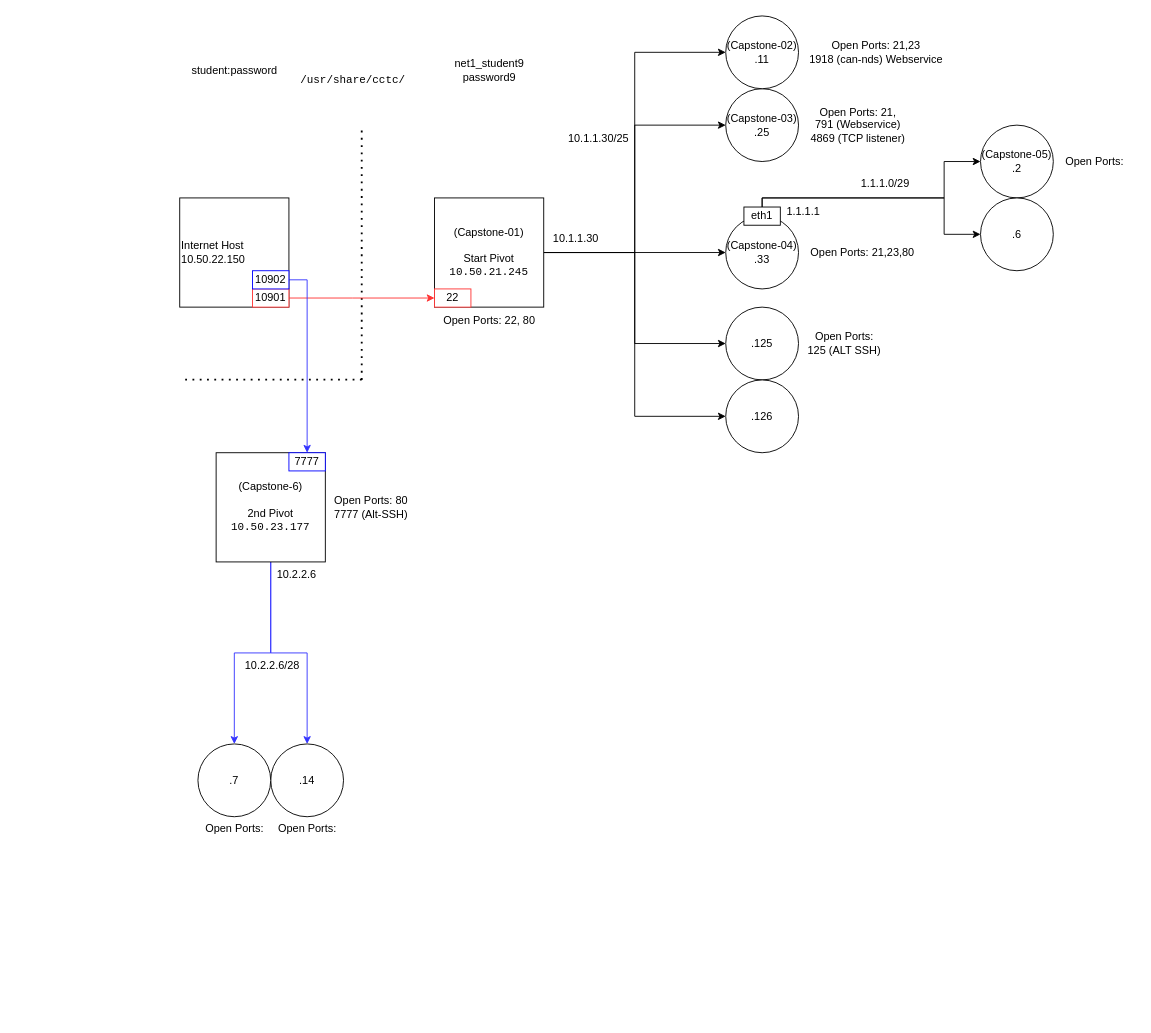
Earlier version of the draw.io diagram page "Capstone" (5 of 5) of Networking/Day 5/Untitled Diagram.drawio (LukeaBrown/COSC). Source tidied: cells renumbered, new cells numbered last; positions are measured from the earlier drawing's top-left corner, leaving out a move shared by most shapes. Both pictures are drawn from the tidied source at 91%, with x=0, y=0 at pixel (179, 15).
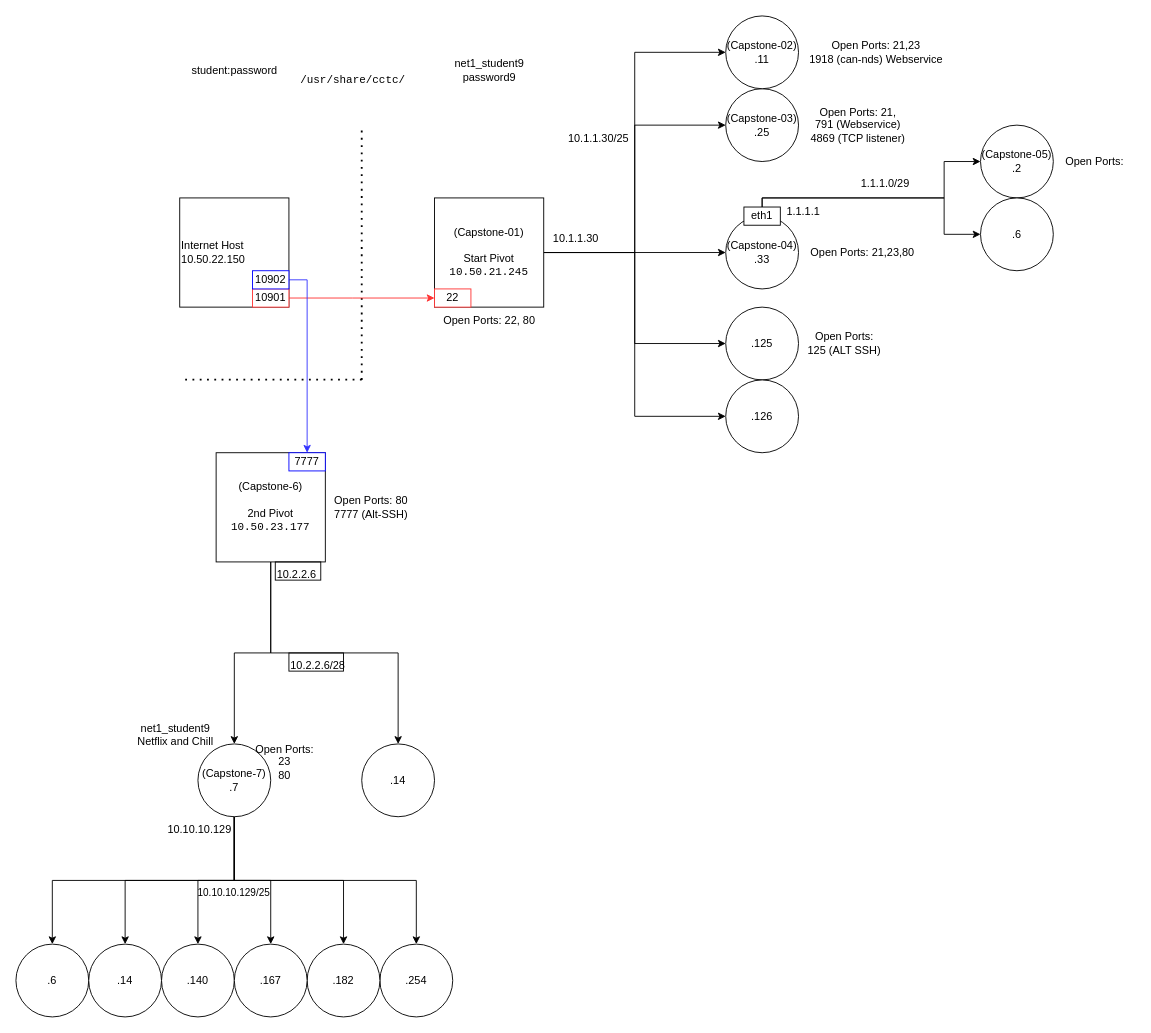
The same page after the edit.

The change refers to these unchanged cells:
```xml
<mxCell id="39" value="&lt;div&gt;(Capstone-6)&lt;/div&gt;&lt;div&gt;&lt;br&gt;&lt;/div&gt;&lt;div&gt;2nd Pivot&lt;br&gt;&lt;/div&gt;&lt;div&gt;&lt;code&gt;10.50.23.177&lt;/code&gt;&lt;/div&gt;" style="whiteSpace=wrap;html=1;strokeColor=#000000;" parent="1" vertex="1">
  <mxGeometry x="40" y="480" width="120" height="120" as="geometry" />
</mxCell>
```

The edit, as a diff of the source:
```diff
@@
-    <mxCell id="36" value="10.2.2.6/28" style="text;whiteSpace=wrap;html=1;" parent="1" vertex="1">
-      <mxGeometry x="70" y="700" width="60" height="20" as="geometry" />
+    <mxCell id="36" value="10.2.2.6/28" style="text;whiteSpace=wrap;html=1;strokeColor=#000000;" parent="1" vertex="1">
+      <mxGeometry x="120" y="700" width="60" height="20" as="geometry" />
     </mxCell>
-    <mxCell id="37" style="edgeStyle=orthogonalEdgeStyle;rounded=0;jettySize=auto;html=1;strokeColor=#3333FF;entryX=0.5;entryY=0;entryDx=0;entryDy=0;" parent="1" edge="1" source="39" target="45">
+    <mxCell id="37" style="edgeStyle=orthogonalEdgeStyle;rounded=0;jettySize=auto;html=1;strokeColor=#000000;entryX=0.5;entryY=0;entryDx=0;entryDy=0;" parent="1" edge="1" source="39" target="45">
       <mxGeometry relative="1" as="geometry" />
     </mxCell>
-    <mxCell id="38" style="edgeStyle=orthogonalEdgeStyle;rounded=0;jettySize=auto;html=1;entryX=0.5;entryY=0;entryDx=0;entryDy=0;strokeColor=#3333FF;" parent="1" edge="1" source="39" target="44">
-      <mxGeometry relative="1" as="geometry" />
+    <mxCell id="38" style="edgeStyle=orthogonalEdgeStyle;rounded=0;jettySize=auto;html=1;entryX=0.5;entryY=0;entryDx=0;entryDy=0;strokeColor=#000000;" parent="1" edge="1" source="39" target="44">
+      <mxGeometry relative="1" as="geometry">
+        <Array as="points">
+          <mxPoint x="100" y="700" />
+          <mxPoint x="240" y="700" />
+        </Array>
+      </mxGeometry>
     </mxCell>
@@
-    <mxCell id="43" value="10.2.2.6" style="text;whiteSpace=wrap;html=1;" parent="1" vertex="1">
+    <mxCell id="43" value="10.2.2.6" style="text;whiteSpace=wrap;html=1;strokeColor=#000000;" parent="1" vertex="1">
       <mxGeometry x="105" y="600" width="50" height="20" as="geometry" />
     </mxCell>
     <mxCell id="44" value=".14" style="ellipse;whiteSpace=wrap;html=1;strokeColor=#000000;" parent="1" vertex="1">
-      <mxGeometry x="100" y="800" width="80" height="80" as="geometry" />
+      <mxGeometry x="200" y="800" width="80" height="80" as="geometry" />
     </mxCell>
+    <mxCell id="51" style="edgeStyle=orthogonalEdgeStyle;rounded=0;jettySize=auto;html=1;entryX=0.5;entryY=0;entryDx=0;entryDy=0;strokeColor=#000000;" parent="1" edge="1" source="45" target="60">
+      <mxGeometry relative="1" as="geometry">
+        <Array as="points">
+          <mxPoint x="60" y="950" />
+          <mxPoint x="-140" y="950" />
+        </Array>
+      </mxGeometry>
+    </mxCell>
+    <mxCell id="52" style="edgeStyle=orthogonalEdgeStyle;rounded=0;jettySize=auto;html=1;strokeColor=#000000;" parent="1" edge="1" source="45" target="62">
+      <mxGeometry relative="1" as="geometry" />
+    </mxCell>
+    <mxCell id="53" style="edgeStyle=orthogonalEdgeStyle;rounded=0;jettySize=auto;html=1;strokeColor=#000000;" parent="1" edge="1" source="45" target="65">
+      <mxGeometry relative="1" as="geometry" />
+    </mxCell>
+    <mxCell id="54" style="edgeStyle=orthogonalEdgeStyle;rounded=0;jettySize=auto;html=1;entryX=0.5;entryY=0;entryDx=0;entryDy=0;strokeColor=#000000;" parent="1" edge="1" source="45" target="64">
+      <mxGeometry relative="1" as="geometry">
+        <Array as="points">
+          <mxPoint x="60" y="950" />
+          <mxPoint x="180" y="950" />
+        </Array>
+      </mxGeometry>
+    </mxCell>
+    <mxCell id="55" style="edgeStyle=orthogonalEdgeStyle;rounded=0;jettySize=auto;html=1;entryX=0.5;entryY=0;entryDx=0;entryDy=0;strokeColor=#000000;" parent="1" edge="1" source="45" target="59">
+      <mxGeometry relative="1" as="geometry">
+        <Array as="points">
+          <mxPoint x="60" y="950" />
+          <mxPoint x="260" y="950" />
+        </Array>
+      </mxGeometry>
+    </mxCell>
+    <mxCell id="56" style="edgeStyle=orthogonalEdgeStyle;rounded=0;jettySize=auto;html=1;entryX=0.5;entryY=0;entryDx=0;entryDy=0;strokeColor=#000000;" parent="1" edge="1" source="45" target="63">
+      <mxGeometry relative="1" as="geometry">
+        <Array as="points">
+          <mxPoint x="60" y="950" />
+          <mxPoint x="-60" y="950" />
+        </Array>
+      </mxGeometry>
+    </mxCell>
-    <mxCell id="45" value=".7" style="ellipse;whiteSpace=wrap;html=1;strokeColor=#000000;" parent="1" vertex="1">
+    <mxCell id="45" value="&lt;div&gt;(Capstone-7)&lt;br&gt;&lt;/div&gt;&lt;div&gt;.7&lt;/div&gt;" style="ellipse;whiteSpace=wrap;html=1;strokeColor=#000000;" parent="1" vertex="1">
       <mxGeometry x="20" y="800" width="80" height="80" as="geometry" />
     </mxCell>
-    <mxCell id="46" value="&lt;div&gt;Open Ports:&lt;br&gt;&lt;/div&gt;&lt;div&gt;&lt;br&gt;&lt;/div&gt;" style="text;html=1;align=center;verticalAlign=middle;strokeColor=none;fillColor=none;" parent="1" vertex="1">
-      <mxGeometry x="95" y="880" width="90" height="40" as="geometry" />
-    </mxCell>
@@
-    <mxCell id="50" value="&lt;div&gt;Open Ports:&lt;br&gt;&lt;/div&gt;&lt;div&gt;&lt;br&gt;&lt;/div&gt;" style="text;html=1;align=center;verticalAlign=middle;strokeColor=none;fillColor=none;" parent="1" vertex="1">
-      <mxGeometry x="15" y="880" width="90" height="40" as="geometry" />
+    <mxCell id="50" value="&lt;div&gt;Open Ports:&lt;br&gt;&lt;/div&gt;&lt;div&gt;23&lt;/div&gt;&lt;div&gt;80&lt;br&gt;&lt;/div&gt;" style="text;html=1;align=center;verticalAlign=middle;strokeColor=none;fillColor=none;" parent="1" vertex="1">
+      <mxGeometry x="70" y="790" width="90" height="60" as="geometry" />
     </mxCell>
+    <mxCell id="57" value="&amp;nbsp;" style="text;whiteSpace=wrap;html=1;" parent="1" vertex="1">
+      <mxGeometry x="250" y="360" width="40" height="40" as="geometry" />
+    </mxCell>
+    <mxCell id="58" value="&lt;div&gt;net1_student9&lt;/div&gt;&lt;div&gt;Netflix and Chill&lt;/div&gt;" style="text;html=1;align=center;verticalAlign=middle;strokeColor=none;fillColor=none;" parent="1" vertex="1">
+      <mxGeometry x="-60" y="770" width="110" height="40" as="geometry" />
+    </mxCell>
+    <mxCell id="59" value="&lt;div&gt;.254&lt;/div&gt;" style="ellipse;whiteSpace=wrap;html=1;strokeColor=#000000;" parent="1" vertex="1">
+      <mxGeometry x="220" y="1020" width="80" height="80" as="geometry" />
+    </mxCell>
+    <mxCell id="60" value=".6" style="ellipse;whiteSpace=wrap;html=1;strokeColor=#000000;" parent="1" vertex="1">
+      <mxGeometry x="-180" y="1020" width="80" height="80" as="geometry" />
+    </mxCell>
+    <mxCell id="61" value="10.10.10.129" style="text;whiteSpace=wrap;html=1;strokeColor=none;" parent="1" vertex="1">
+      <mxGeometry x="-15" y="880" width="75" height="20" as="geometry" />
+    </mxCell>
+    <mxCell id="62" value=".140" style="ellipse;whiteSpace=wrap;html=1;strokeColor=#000000;" parent="1" vertex="1">
+      <mxGeometry x="-20" y="1020" width="80" height="80" as="geometry" />
+    </mxCell>
+    <mxCell id="63" value=".14" style="ellipse;whiteSpace=wrap;html=1;strokeColor=#000000;" parent="1" vertex="1">
+      <mxGeometry x="-100" y="1020" width="80" height="80" as="geometry" />
+    </mxCell>
+    <mxCell id="64" value=".182" style="ellipse;whiteSpace=wrap;html=1;strokeColor=#000000;" parent="1" vertex="1">
+      <mxGeometry x="140" y="1020" width="80" height="80" as="geometry" />
+    </mxCell>
+    <mxCell id="65" value=".167" style="ellipse;whiteSpace=wrap;html=1;strokeColor=#000000;" parent="1" vertex="1">
+      <mxGeometry x="60" y="1020" width="80" height="80" as="geometry" />
+    </mxCell>
+    <mxCell id="66" value="&lt;font style=&quot;font-size: 11px;&quot;&gt;10.10.10.129/25&lt;/font&gt;" style="text;whiteSpace=wrap;html=1;strokeColor=none;" parent="1" vertex="1">
+      <mxGeometry x="17.5" y="950" width="85" height="20" as="geometry" />
+    </mxCell>
```
